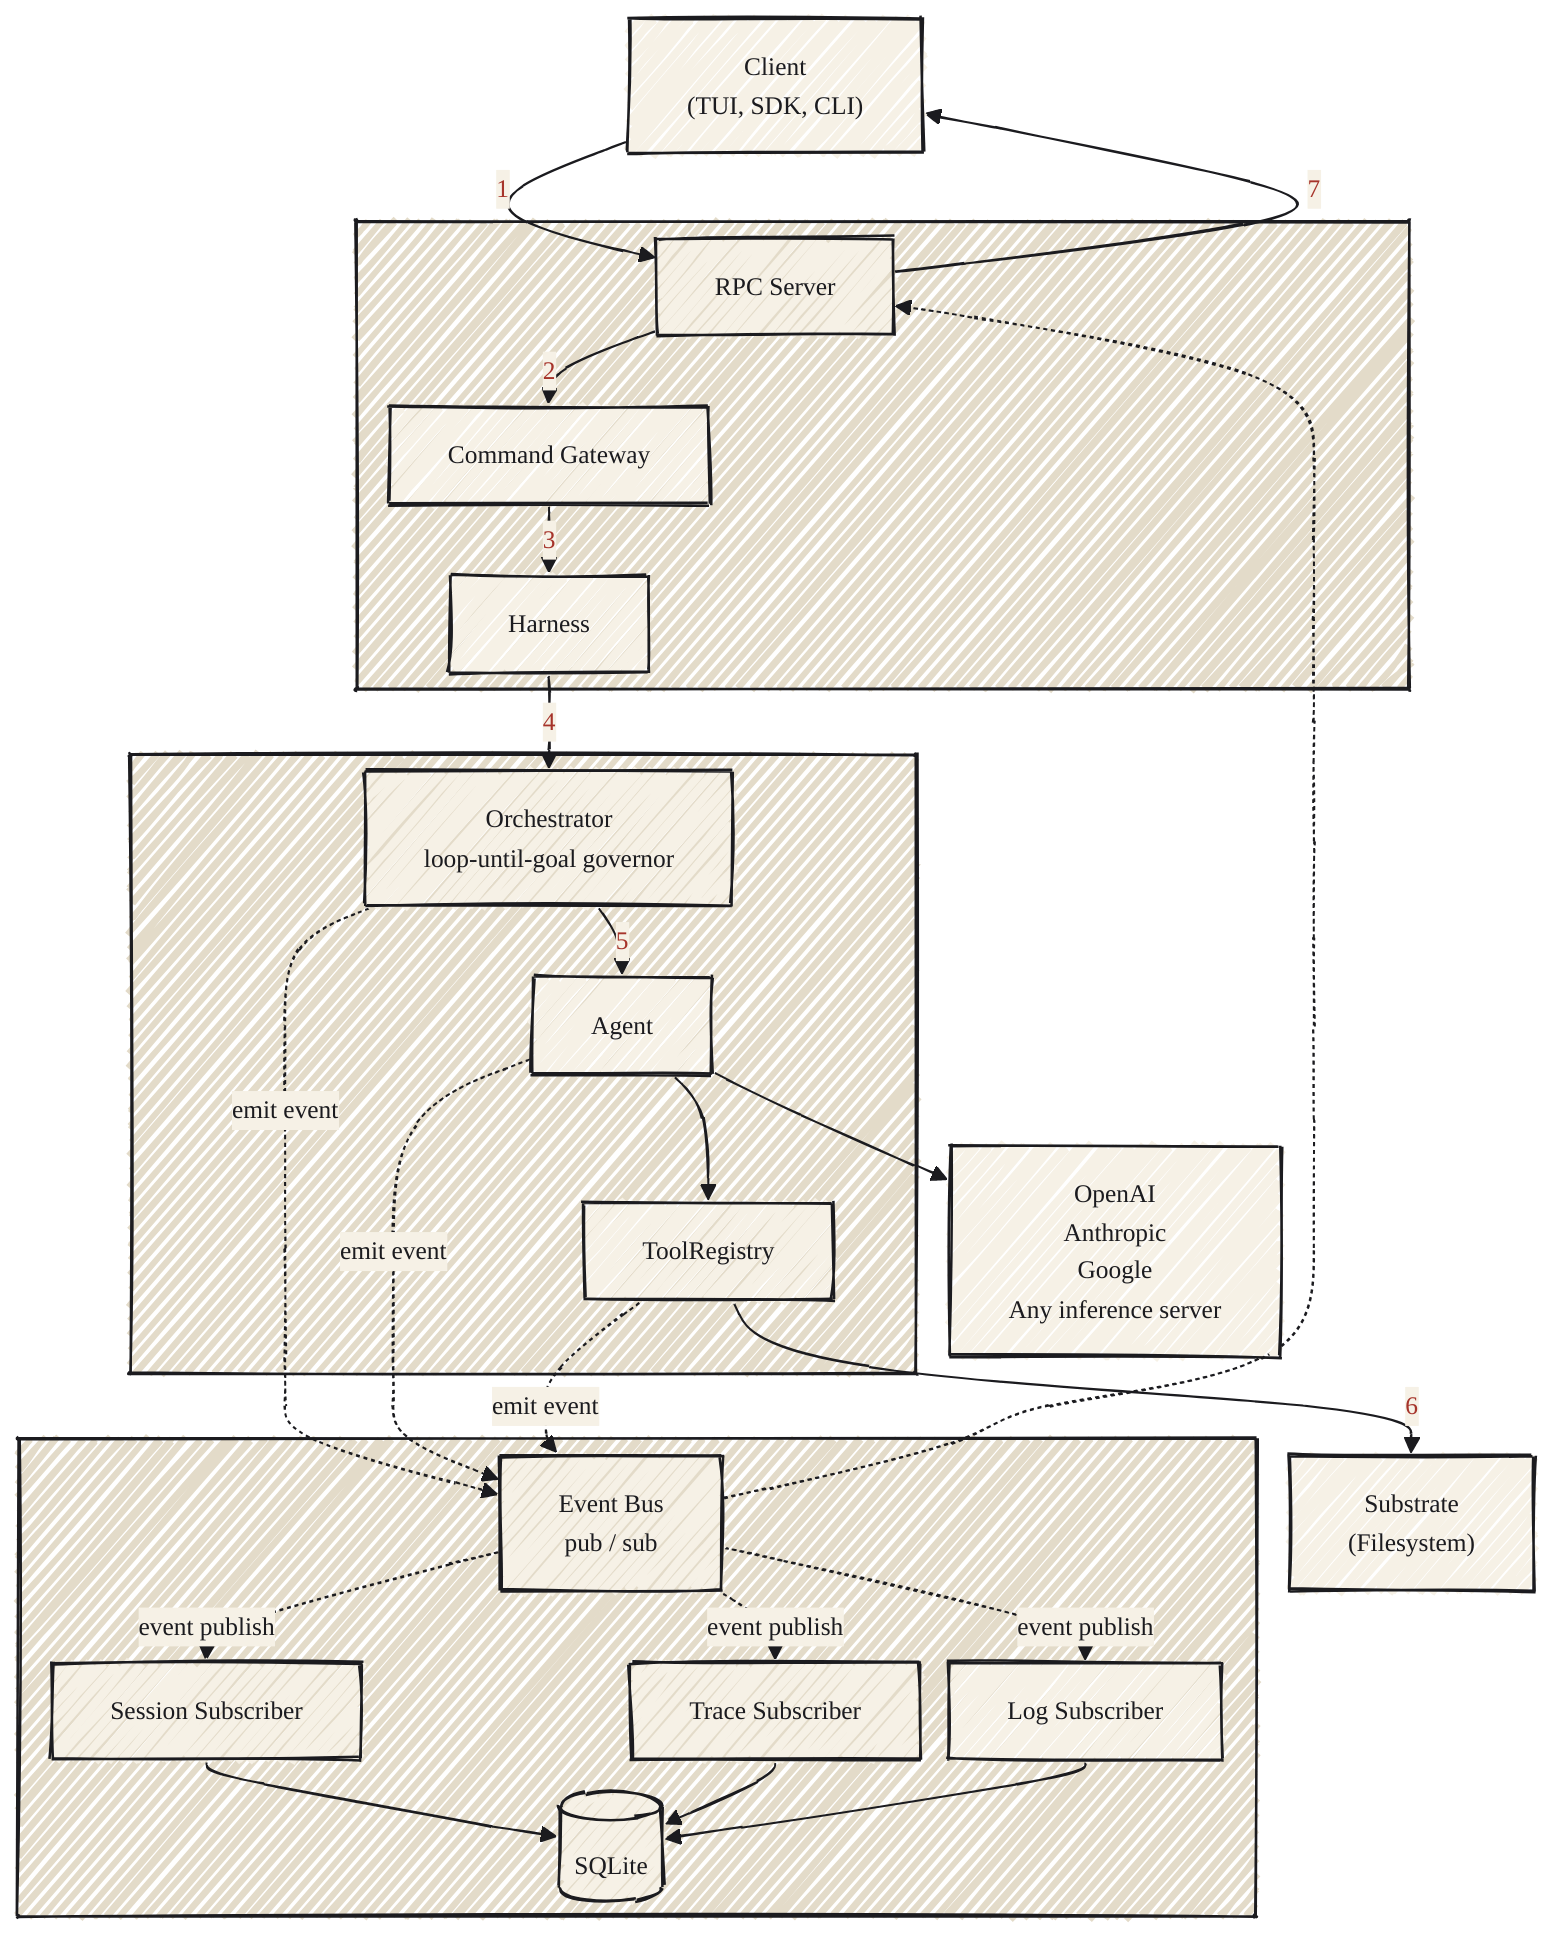
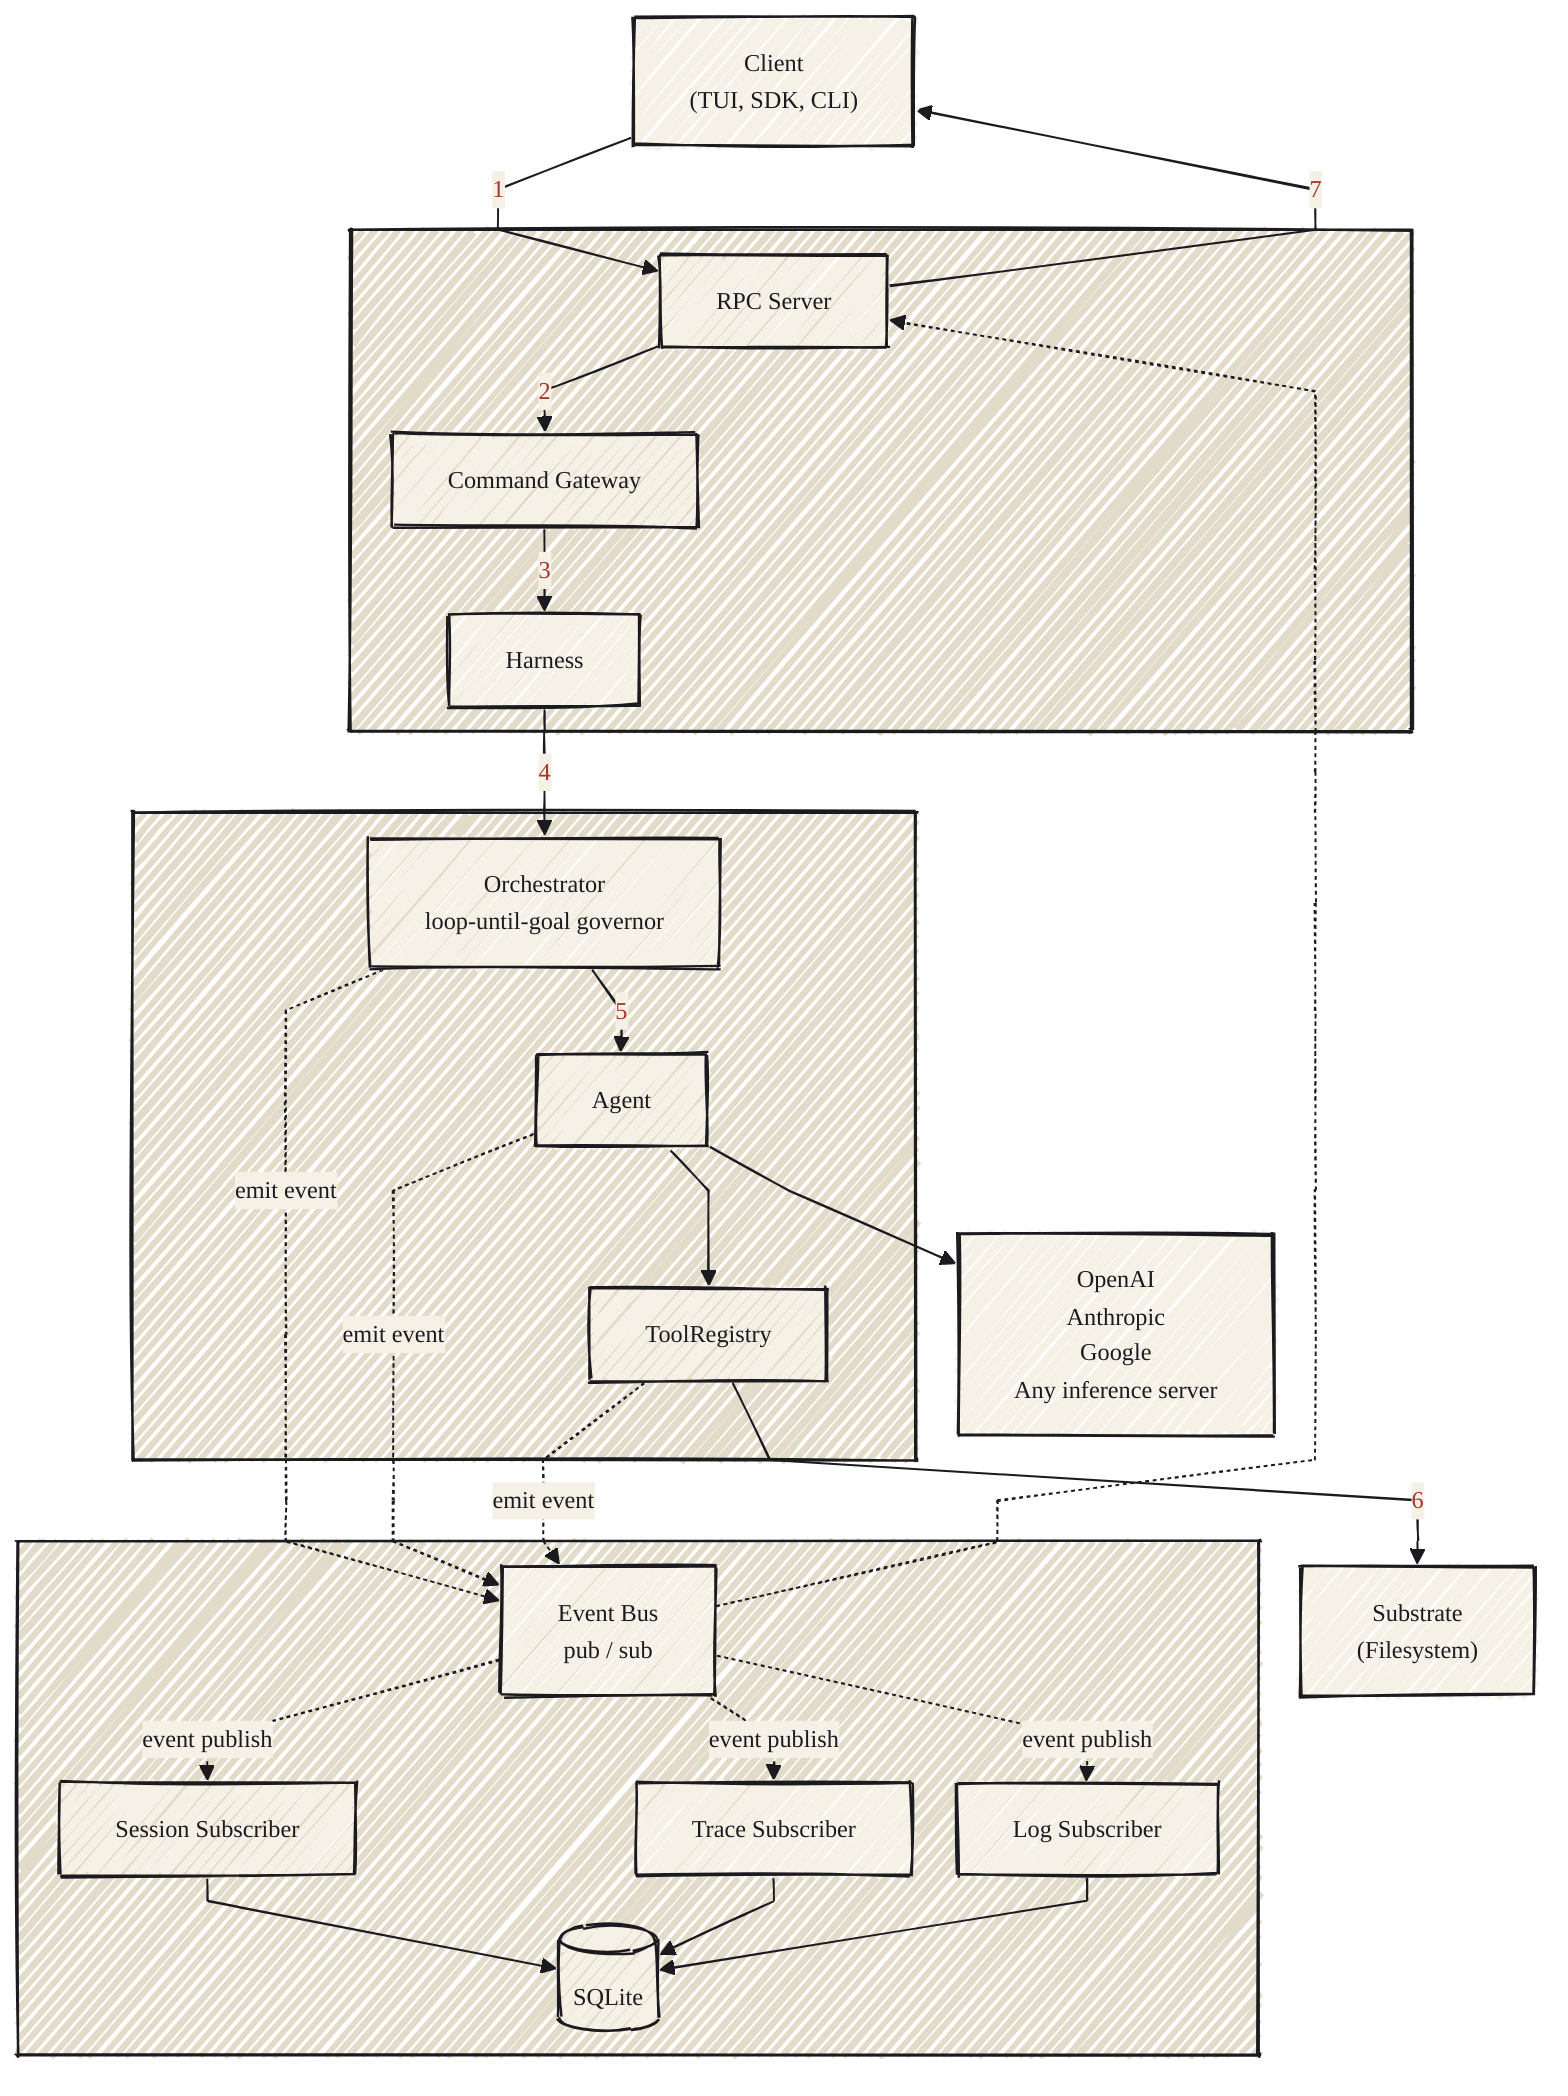
%%{init: {
  "look": "handDrawn",
  "theme": "base",
-   "flowchart": { "nodeSpacing": 12, "rankSpacing": 14 },
+   "flowchart": { "nodeSpacing": 22, "rankSpacing": 24, "curve": "linear" },
  "themeVariables": {
    "fontFamily": "Charter, Georgia, serif",
    "fontSize": "13px",
    "primaryColor": "#F6F1E6",
    "primaryBorderColor": "#1B1B1F",
    "primaryTextColor": "#1B1B1F",
    "lineColor": "#1B1B1F",
    "textColor": "#1B1B1F",
    "clusterBkg": "#E3DBC9",
    "clusterBorder": "#1B1B1F",
    "edgeLabelBackground": "#F6F1E6"
  }
}}%%
flowchart TB
  client["Client<br/>(TUI, SDK, CLI)"]

  subgraph ingress[" "]
    rpc["RPC Server"]
    gateway["Command Gateway"]
    harness["Harness"]
  end

  subgraph loop[" "]
    orchestrator["Orchestrator<br/>loop-until-goal governor"]
    agent["Agent"]
    registry["ToolRegistry"]
  end

  subgraph events[" "]
    bus["Event Bus<br/>pub / sub"]
    session["Session Subscriber"]
    trace["Trace Subscriber"]
    log["Log Subscriber"]
    db[("SQLite")]
  end

  providers["OpenAI<br/>Anthropic<br/>Google<br/>Any inference server"]
  fs["Substrate<br/>(Filesystem)"]

  client -->|"1"| rpc
  rpc -->|"2"| gateway
  gateway -->|"3"| harness
  harness -->|"4"| orchestrator
  orchestrator -->|"5"| agent
  agent --> registry
  registry -->|"6"| fs
  agent --> providers
  rpc -->|"7"| client

  orchestrator -.->|"emit event"| bus
  agent -.->|"emit event"| bus
  registry -.->|"emit event"| bus
  bus -.->|"event publish"| session
  bus -.->|"event publish"| trace
  bus -.->|"event publish"| log
  bus -.-> rpc

  session --> db
  trace --> db
  log --> db

  linkStyle 0,1,2,3,4,6,8 color:#A6342B
